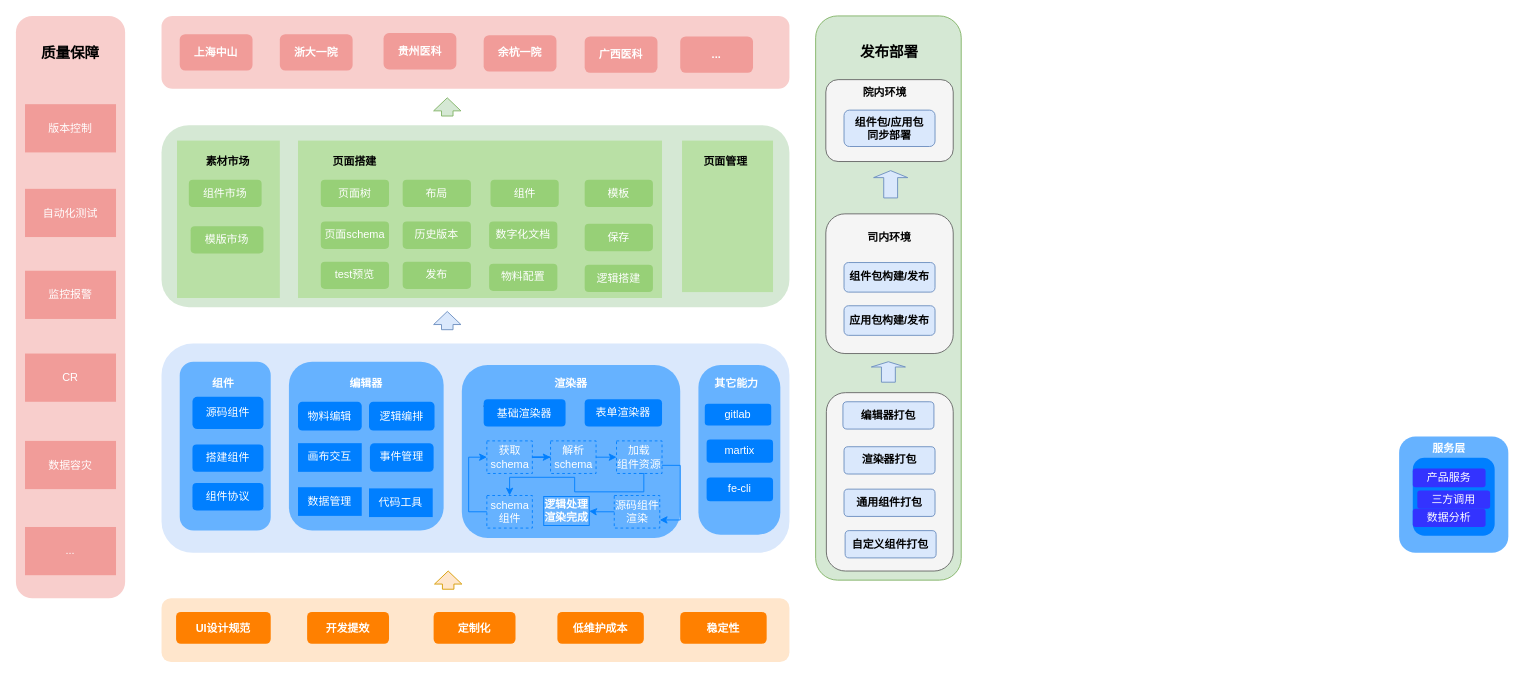
Before: page "第 1 页" (1 of 2) of 未命名绘图.drawio in DavidsLiu/blog, a draw.io diagram. Source tidied: cells renumbered, new cells numbered last; positions are measured from the earlier drawing's top-left corner, leaving out a move shared by most shapes. Both pictures are drawn from the tidied source at 91%, with x=0, y=0 at pixel (15, 15).
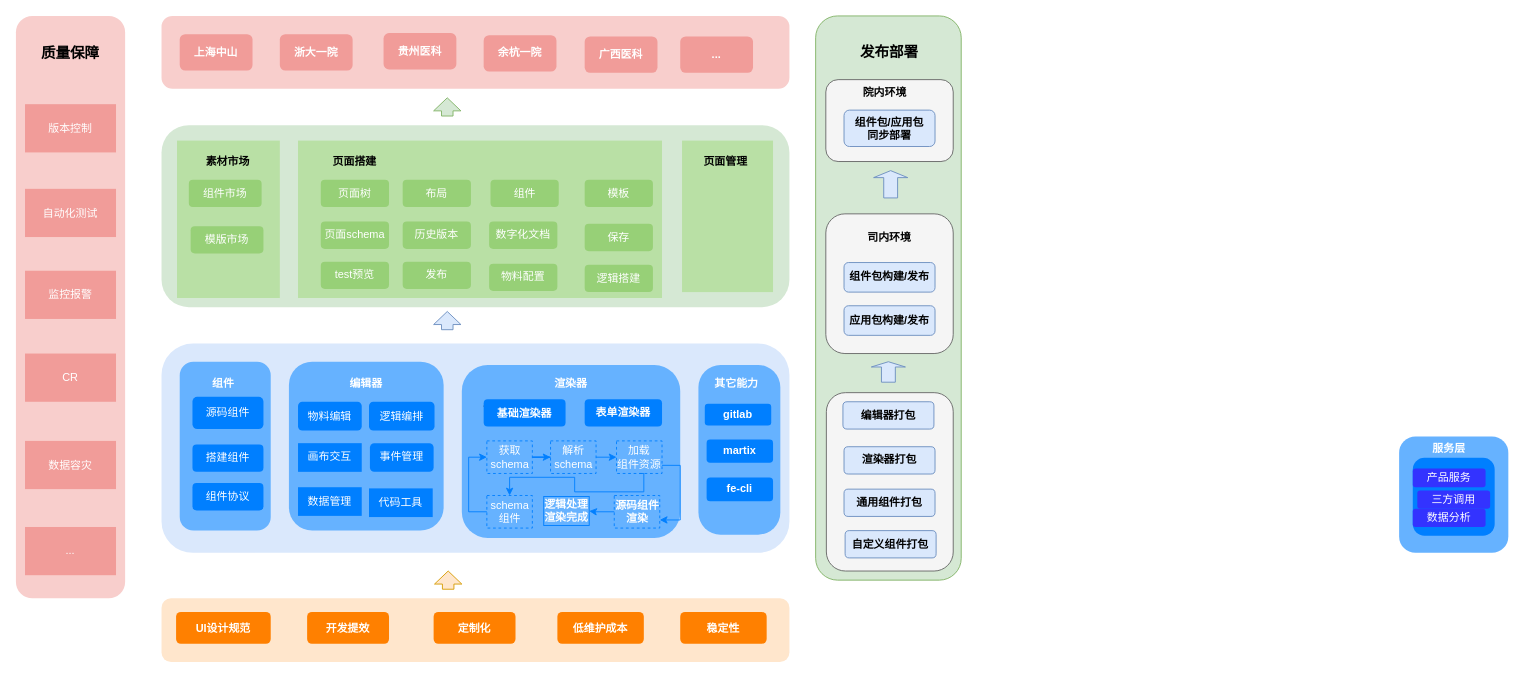
The same diagram, later.

Commit message:
更新未命名绘图.drawio

The edit, as a diff of the source:
```diff
@@
-    <mxCell id="22" value="&lt;font color=&quot;#ffffff&quot;&gt;表单渲染器&lt;/font&gt;" style="rounded=1;whiteSpace=wrap;html=1;strokeColor=none;fillColor=#007FFF;" parent="1" vertex="1">
+    <mxCell id="22" value="&lt;font color=&quot;#ffffff&quot;&gt;&lt;b&gt;表单渲染器&lt;/b&gt;&lt;/font&gt;" style="rounded=1;whiteSpace=wrap;html=1;strokeColor=none;fillColor=#007FFF;" parent="1" vertex="1">
       <mxGeometry x="625" y="421.2" width="85" height="30" as="geometry" />
     </mxCell>
-    <mxCell id="23" value="基础渲染器" style="rounded=0;whiteSpace=wrap;html=1;strokeColor=none;fillColor=none;fontColor=#FFFFFF;" parent="1" vertex="1">
+    <mxCell id="23" value="&lt;b&gt;基础渲染器&lt;/b&gt;" style="rounded=0;whiteSpace=wrap;html=1;strokeColor=none;fillColor=none;fontColor=#FFFFFF;" parent="1" vertex="1">
       <mxGeometry x="524" y="426.8" width="70" height="20" as="geometry" />
     </mxCell>
@@
-    <mxCell id="70" value="&lt;font color=&quot;#ffffff&quot;&gt;gitlab&lt;/font&gt;" style="rounded=1;whiteSpace=wrap;html=1;fillColor=#007FFF;strokeColor=none;" parent="1" vertex="1">
+    <mxCell id="70" value="&lt;font color=&quot;#ffffff&quot;&gt;&lt;b&gt;gitlab&lt;/b&gt;&lt;/font&gt;" style="rounded=1;whiteSpace=wrap;html=1;fillColor=#007FFF;strokeColor=none;" parent="1" vertex="1">
       <mxGeometry x="757" y="426.2" width="73" height="23.8" as="geometry" />
     </mxCell>
-    <mxCell id="71" value="&lt;font color=&quot;#ffffff&quot;&gt;martix&lt;/font&gt;" style="rounded=1;whiteSpace=wrap;html=1;strokeColor=none;fillColor=#007FFF;" parent="1" vertex="1">
+    <mxCell id="71" value="&lt;font color=&quot;#ffffff&quot;&gt;&lt;b&gt;martix&lt;/b&gt;&lt;/font&gt;" style="rounded=1;whiteSpace=wrap;html=1;strokeColor=none;fillColor=#007FFF;" parent="1" vertex="1">
       <mxGeometry x="759" y="465.6" width="73" height="25.4" as="geometry" />
     </mxCell>
-    <mxCell id="72" value="fe-cli" style="rounded=1;whiteSpace=wrap;html=1;strokeColor=none;fillColor=#007FFF;fontColor=#FFFFFF;" parent="1" vertex="1">
+    <mxCell id="72" value="&lt;b&gt;fe-cli&lt;/b&gt;" style="rounded=1;whiteSpace=wrap;html=1;strokeColor=none;fillColor=#007FFF;fontColor=#FFFFFF;" parent="1" vertex="1">
       <mxGeometry x="759" y="507.2" width="73" height="26.1" as="geometry" />
     </mxCell>
@@
-    <mxCell id="87" value="源码组件&lt;br&gt;渲染" style="rounded=0;whiteSpace=wrap;html=1;strokeColor=#007FFF;fillColor=none;dashed=1;fontColor=#FFFFFF;" parent="1" vertex="1">
+    <mxCell id="87" value="&lt;b&gt;源码组件&lt;br&gt;渲染&lt;/b&gt;" style="rounded=0;whiteSpace=wrap;html=1;strokeColor=#007FFF;fillColor=none;dashed=1;fontColor=#FFFFFF;" parent="1" vertex="1">
       <mxGeometry x="657.5" y="527" width="50" height="35.8" as="geometry" />
     </mxCell>
```
